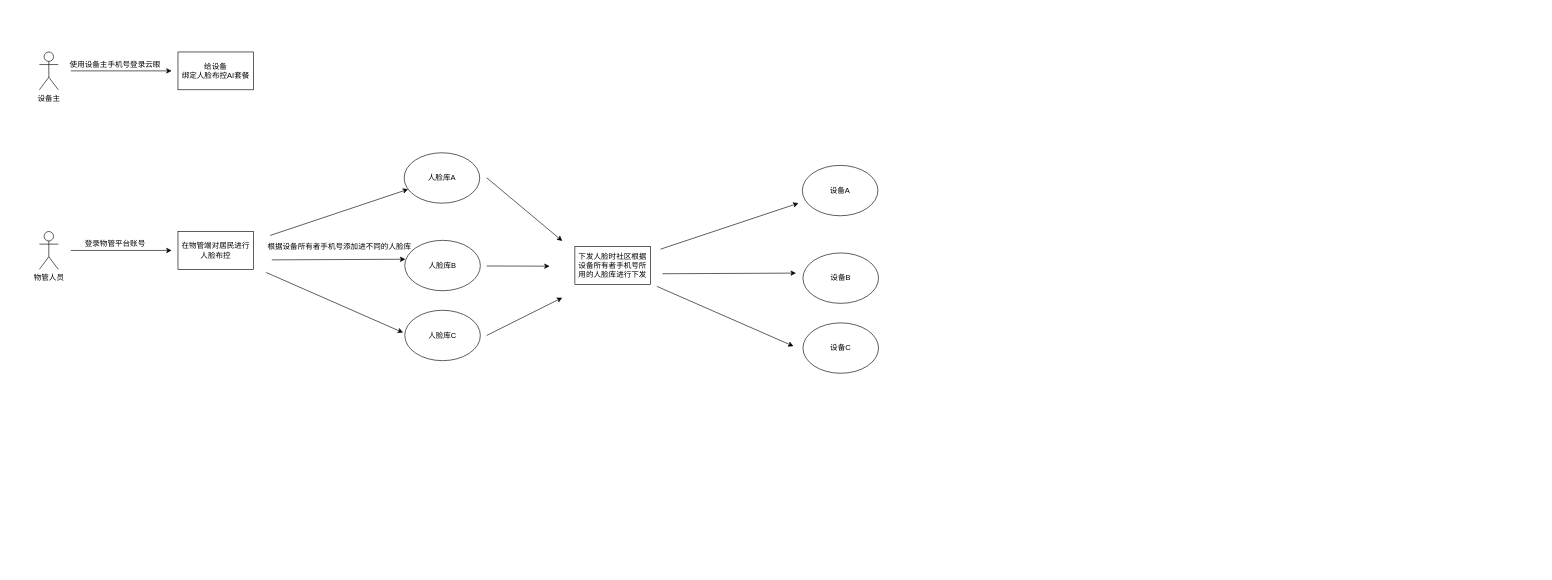
Above: 人脸布控流程.drawio in HughRudolf/Drawio (draw.io), before the change. Source tidied: cells renumbered, new cells numbered last; positions are measured from the earlier drawing's top-left corner, leaving out a move shared by most shapes. Both pictures are drawn from the tidied source at 63%, with x=0, y=0 at pixel (39, 52).
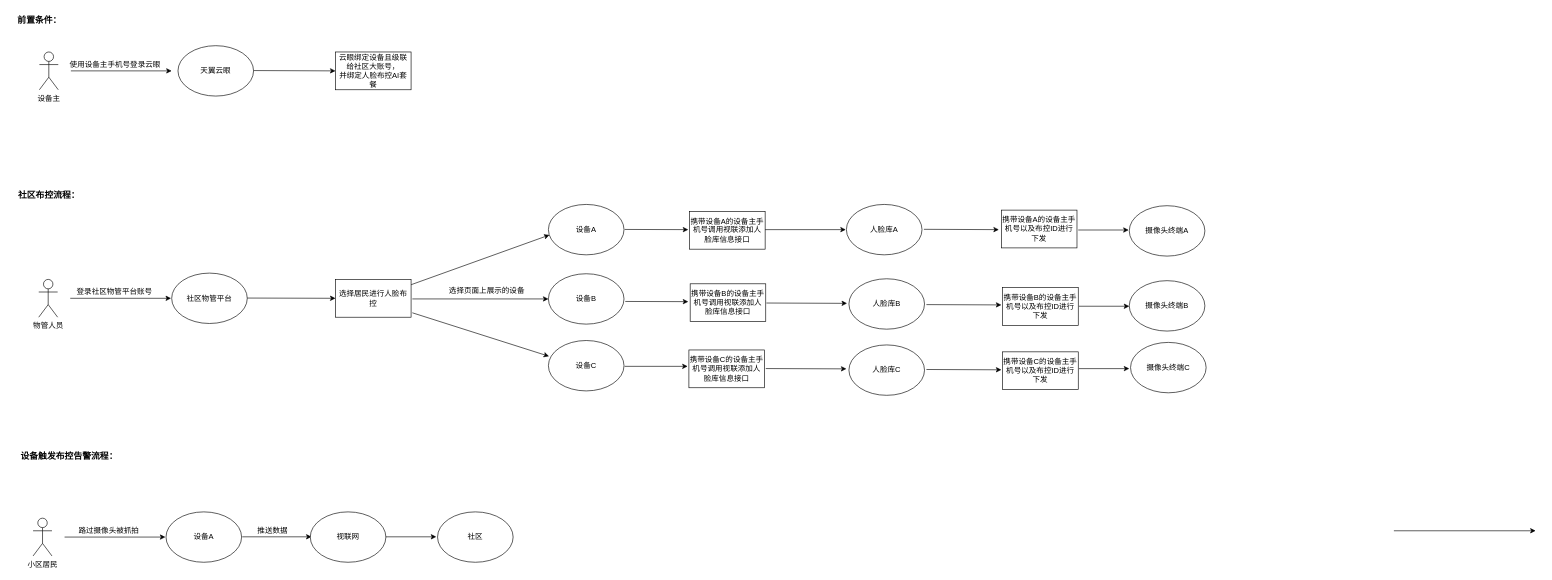
After the change.

Commit message:
更新人脸布控流程.drawio

Diff of the diagram source:
```diff
@@
     <mxCell id="5" value="物管人员" style="shape=umlActor;verticalLabelPosition=bottom;verticalAlign=top;html=1;" parent="1" vertex="1">
-      <mxGeometry y="285" width="30" height="60" as="geometry" />
+      <mxGeometry x="-1" y="361" width="30" height="60" as="geometry" />
     </mxCell>
     <mxCell id="6" style="endArrow=classic;html=1;rounded=0;" parent="1" edge="1">
       <mxGeometry relative="1" as="geometry">
-        <mxPoint x="50" y="315" as="sourcePoint" />
-        <mxPoint x="210" y="315" as="targetPoint" />
+        <mxPoint x="49" y="391" as="sourcePoint" />
+        <mxPoint x="209" y="391" as="targetPoint" />
       </mxGeometry>
     </mxCell>
-    <mxCell id="7" value="登录物管平台账号" style="text;html=1;align=center;verticalAlign=middle;strokeColor=none;fillColor=none;" parent="1" vertex="1">
-      <mxGeometry x="60" y="290" width="120" height="30" as="geometry" />
+    <mxCell id="7" value="登录社区物管平台账号" style="text;html=1;align=center;verticalAlign=middle;strokeColor=none;fillColor=none;" parent="1" vertex="1">
+      <mxGeometry x="49" y="366" width="140" height="30" as="geometry" />
     </mxCell>
-    <mxCell id="8" value="人脸库A" style="ellipse;whiteSpace=wrap;html=1;" parent="1" vertex="1">
-      <mxGeometry x="579" y="160" width="120" height="80" as="geometry" />
+    <mxCell id="8" value="设备A" style="ellipse;whiteSpace=wrap;html=1;" parent="1" vertex="1">
+      <mxGeometry x="808" y="242" width="120" height="80" as="geometry" />
     </mxCell>
-    <mxCell id="9" style="endArrow=classic;html=1;rounded=0;exitX=0.061;exitY=-0.124;exitDx=0;exitDy=0;exitPerimeter=0;" parent="1" edge="1" source="14" target="8">
+    <mxCell id="9" style="endArrow=classic;html=1;rounded=0;entryX=0.014;entryY=0.606;entryDx=0;entryDy=0;entryPerimeter=0;" parent="1" edge="1" source="16" target="8">
       <mxGeometry relative="1" as="geometry" />
     </mxCell>
-    <mxCell id="10" style="endArrow=classic;html=1;rounded=0;entryX=0.008;entryY=0.375;entryDx=0;entryDy=0;entryPerimeter=0;" parent="1" edge="1" target="11">
+    <mxCell id="10" style="endArrow=classic;html=1;rounded=0;entryX=0;entryY=0.5;entryDx=0;entryDy=0;" parent="1" edge="1" target="11">
       <mxGeometry relative="1" as="geometry">
-        <mxPoint x="369" y="330" as="sourcePoint" />
+        <mxPoint x="592" y="392" as="sourcePoint" />
       </mxGeometry>
     </mxCell>
-    <mxCell id="11" value="人脸库B" style="ellipse;whiteSpace=wrap;html=1;" parent="1" vertex="1">
-      <mxGeometry x="580" y="299" width="120" height="80" as="geometry" />
+    <mxCell id="11" value="设备B" style="ellipse;whiteSpace=wrap;html=1;" parent="1" vertex="1">
+      <mxGeometry x="808" y="352" width="120" height="80" as="geometry" />
     </mxCell>
-    <mxCell id="12" style="endArrow=classic;html=1;rounded=0;entryX=-0.022;entryY=0.443;entryDx=0;entryDy=0;entryPerimeter=0;" parent="1" edge="1" target="13">
+    <mxCell id="12" style="endArrow=classic;html=1;rounded=0;entryX=0.008;entryY=0.313;entryDx=0;entryDy=0;entryPerimeter=0;" parent="1" edge="1" target="13">
       <mxGeometry relative="1" as="geometry">
-        <mxPoint x="360" y="350" as="sourcePoint" />
+        <mxPoint x="592" y="414" as="sourcePoint" />
       </mxGeometry>
     </mxCell>
-    <mxCell id="13" value="人脸库C" style="ellipse;whiteSpace=wrap;html=1;" parent="1" vertex="1">
-      <mxGeometry x="580" y="410" width="120" height="80" as="geometry" />
+    <mxCell id="13" value="设备C" style="ellipse;whiteSpace=wrap;html=1;" parent="1" vertex="1">
+      <mxGeometry x="808" y="458" width="120" height="80" as="geometry" />
     </mxCell>
-    <mxCell id="14" value="根据设备所有者手机号添加进不同的人脸库" style="text;html=1;align=center;verticalAlign=middle;points=[];strokeColor=none;fillColor=none;" parent="1" vertex="1">
-      <mxGeometry x="351" y="295" width="250" height="30" as="geometry" />
-    </mxCell>
     <mxCell id="15" style="endArrow=classic;html=1;rounded=0;" parent="1" edge="1">
       <mxGeometry relative="1" as="geometry">
-        <mxPoint x="710" y="199.7" as="sourcePoint" />
-        <mxPoint x="830" y="300" as="targetPoint" />
+        <mxPoint x="929" y="281.7" as="sourcePoint" />
+        <mxPoint x="1030" y="282" as="targetPoint" />
       </mxGeometry>
     </mxCell>
-    <mxCell id="16" value="在物管端对居民进行人脸布控" style="rounded=0;whiteSpace=wrap;html=1;" parent="1" vertex="1">
-      <mxGeometry x="220" y="285" width="120" height="60" as="geometry" />
+    <mxCell id="16" value="选择居民进行人脸布控" style="rounded=0;whiteSpace=wrap;html=1;" parent="1" vertex="1">
+      <mxGeometry x="470" y="361" width="120" height="60" as="geometry" />
     </mxCell>
-    <mxCell id="17" value="给设备&lt;br style=&quot;border-color: var(--border-color);&quot;&gt;绑定人脸布控AI套餐" style="rounded=0;whiteSpace=wrap;html=1;" parent="1" vertex="1">
-      <mxGeometry x="220" width="120" height="60" as="geometry" />
+    <mxCell id="17" value="云眼绑定设备且级联给社区大账号，&lt;br style=&quot;border-color: var(--border-color);&quot;&gt;并绑定人脸布控AI套餐" style="rounded=0;whiteSpace=wrap;html=1;" parent="1" vertex="1">
+      <mxGeometry x="470" width="120" height="60" as="geometry" />
     </mxCell>
     <mxCell id="18" style="endArrow=classic;html=1;rounded=0;" parent="1" edge="1">
       <mxGeometry relative="1" as="geometry">
-        <mxPoint x="710" y="339.7" as="sourcePoint" />
-        <mxPoint x="810" y="340" as="targetPoint" />
+        <mxPoint x="930" y="396" as="sourcePoint" />
+        <mxPoint x="1030" y="396.3" as="targetPoint" />
       </mxGeometry>
     </mxCell>
     <mxCell id="19" style="endArrow=classic;html=1;rounded=0;" parent="1" edge="1">
       <mxGeometry relative="1" as="geometry">
-        <mxPoint x="710" y="450" as="sourcePoint" />
-        <mxPoint x="830" y="390" as="targetPoint" />
+        <mxPoint x="929" y="499" as="sourcePoint" />
+        <mxPoint x="1029" y="499" as="targetPoint" />
       </mxGeometry>
     </mxCell>
-    <mxCell id="20" value="下发人脸时社区根据设备所有者手机号所用的人脸库进行下发" style="rounded=0;whiteSpace=wrap;html=1;" parent="1" vertex="1">
-      <mxGeometry x="850" y="309" width="120" height="60" as="geometry" />
+    <mxCell id="20" value="携带设备A的设备主手机号调用视联添加人脸库信息接口" style="rounded=0;whiteSpace=wrap;html=1;" parent="1" vertex="1">
+      <mxGeometry x="1032" y="253" width="120" height="60" as="geometry" />
     </mxCell>
-    <mxCell id="21" style="endArrow=classic;html=1;rounded=0;exitX=0.061;exitY=-0.124;exitDx=0;exitDy=0;exitPerimeter=0;" parent="1" edge="1">
+    <mxCell id="21" style="endArrow=classic;html=1;rounded=0;" parent="1" edge="1">
       <mxGeometry relative="1" as="geometry">
-        <mxPoint x="986" y="313" as="sourcePoint" />
-        <mxPoint x="1205" y="240" as="targetPoint" />
+        <mxPoint x="2150" y="760" as="sourcePoint" />
+        <mxPoint x="2375" y="760" as="targetPoint" />
       </mxGeometry>
     </mxCell>
-    <mxCell id="22" style="endArrow=classic;html=1;rounded=0;entryX=0.008;entryY=0.375;entryDx=0;entryDy=0;entryPerimeter=0;" parent="1" edge="1">
+    <mxCell id="22" style="endArrow=classic;html=1;rounded=0;exitX=1;exitY=0.5;exitDx=0;exitDy=0;" parent="1" edge="1">
       <mxGeometry relative="1" as="geometry">
-        <mxPoint x="989" y="352" as="sourcePoint" />
-        <mxPoint x="1201" y="351" as="targetPoint" />
+        <mxPoint x="1152" y="282" as="sourcePoint" />
+        <mxPoint x="1280" y="282" as="targetPoint" />
       </mxGeometry>
     </mxCell>
-    <mxCell id="23" style="endArrow=classic;html=1;rounded=0;entryX=-0.022;entryY=0.443;entryDx=0;entryDy=0;entryPerimeter=0;" parent="1" edge="1">
+    <mxCell id="23" style="endArrow=classic;html=1;rounded=0;" parent="1" edge="1">
       <mxGeometry relative="1" as="geometry">
-        <mxPoint x="980" y="372" as="sourcePoint" />
-        <mxPoint x="1197" y="467" as="targetPoint" />
+        <mxPoint x="1154" y="398.5" as="sourcePoint" />
+        <mxPoint x="1282" y="399" as="targetPoint" />
       </mxGeometry>
     </mxCell>
-    <mxCell id="24" value="设备A" style="ellipse;whiteSpace=wrap;html=1;" parent="1" vertex="1">
-      <mxGeometry x="1211" y="180" width="120" height="80" as="geometry" />
+    <mxCell id="24" value="人脸库A" style="ellipse;whiteSpace=wrap;html=1;" parent="1" vertex="1">
+      <mxGeometry x="1281" y="242" width="120" height="80" as="geometry" />
     </mxCell>
-    <mxCell id="25" value="设备B" style="ellipse;whiteSpace=wrap;html=1;" parent="1" vertex="1">
-      <mxGeometry x="1212" y="319" width="120" height="80" as="geometry" />
+    <mxCell id="25" value="人脸库B" style="ellipse;whiteSpace=wrap;html=1;" parent="1" vertex="1">
+      <mxGeometry x="1285" y="360" width="120" height="80" as="geometry" />
     </mxCell>
-    <mxCell id="26" value="设备C" style="ellipse;whiteSpace=wrap;html=1;" parent="1" vertex="1">
-      <mxGeometry x="1212" y="430" width="120" height="80" as="geometry" />
+    <mxCell id="26" value="人脸库C" style="ellipse;whiteSpace=wrap;html=1;" parent="1" vertex="1">
+      <mxGeometry x="1285" y="465" width="120" height="80" as="geometry" />
     </mxCell>
+    <mxCell id="27" value="&lt;font style=&quot;font-size: 14px;&quot;&gt;&lt;b&gt;前置条件：&lt;/b&gt;&lt;/font&gt;" style="text;html=1;align=center;verticalAlign=middle;strokeColor=none;fillColor=none;" parent="1" vertex="1">
+      <mxGeometry x="-45" y="-65" width="90" height="30" as="geometry" />
+    </mxCell>
+    <mxCell id="28" style="endArrow=classic;html=1;rounded=0;entryX=0;entryY=0.5;entryDx=0;entryDy=0;" parent="1" edge="1" target="17">
+      <mxGeometry relative="1" as="geometry">
+        <mxPoint x="340" y="29.5" as="sourcePoint" />
+      </mxGeometry>
+    </mxCell>
+    <mxCell id="29" value="天翼云眼" style="ellipse;whiteSpace=wrap;html=1;" parent="1" vertex="1">
+      <mxGeometry x="220" y="-10" width="120" height="80" as="geometry" />
+    </mxCell>
+    <mxCell id="30" value="&lt;font style=&quot;font-size: 14px;&quot;&gt;&lt;b&gt;社区布控流程：&lt;/b&gt;&lt;/font&gt;" style="text;html=1;align=center;verticalAlign=middle;strokeColor=none;fillColor=none;" parent="1" vertex="1">
+      <mxGeometry x="-45" y="212" width="120" height="30" as="geometry" />
+    </mxCell>
+    <mxCell id="31" value="携带设备B的设备主手机号调用视联添加人脸库信息接口" style="rounded=0;whiteSpace=wrap;html=1;" parent="1" vertex="1">
+      <mxGeometry x="1033" y="368" width="120" height="60" as="geometry" />
+    </mxCell>
+    <mxCell id="32" value="携带设备C的设备主手机号调用视联添加人脸库信息接口" style="rounded=0;whiteSpace=wrap;html=1;" parent="1" vertex="1">
+      <mxGeometry x="1031" y="473" width="120" height="60" as="geometry" />
+    </mxCell>
+    <mxCell id="33" style="endArrow=classic;html=1;rounded=0;" parent="1" edge="1">
+      <mxGeometry relative="1" as="geometry">
+        <mxPoint x="1153" y="502.5" as="sourcePoint" />
+        <mxPoint x="1281" y="503" as="targetPoint" />
+      </mxGeometry>
+    </mxCell>
+    <mxCell id="34" style="endArrow=classic;html=1;rounded=0;" parent="1" edge="1">
+      <mxGeometry relative="1" as="geometry">
+        <mxPoint x="1404" y="281.5" as="sourcePoint" />
+        <mxPoint x="1523" y="282" as="targetPoint" />
+      </mxGeometry>
+    </mxCell>
+    <mxCell id="35" style="endArrow=classic;html=1;rounded=0;" parent="1" edge="1">
+      <mxGeometry relative="1" as="geometry">
+        <mxPoint x="1408" y="504" as="sourcePoint" />
+        <mxPoint x="1527" y="504.5" as="targetPoint" />
+      </mxGeometry>
+    </mxCell>
+    <mxCell id="36" style="endArrow=classic;html=1;rounded=0;" parent="1" edge="1">
+      <mxGeometry relative="1" as="geometry">
+        <mxPoint x="1408" y="401" as="sourcePoint" />
+        <mxPoint x="1527" y="401.5" as="targetPoint" />
+      </mxGeometry>
+    </mxCell>
+    <mxCell id="37" value="携带设备A的设备主手机号以及布控ID进行下发" style="rounded=0;whiteSpace=wrap;html=1;" parent="1" vertex="1">
+      <mxGeometry x="1527" y="251" width="120" height="60" as="geometry" />
+    </mxCell>
+    <mxCell id="38" value="携带设备B的设备主手机号以及布控ID进行下发" style="rounded=0;whiteSpace=wrap;html=1;" parent="1" vertex="1">
+      <mxGeometry x="1529" y="374" width="120" height="60" as="geometry" />
+    </mxCell>
+    <mxCell id="39" value="携带设备C的设备主手机号以及布控ID进行下发" style="rounded=0;whiteSpace=wrap;html=1;" parent="1" vertex="1">
+      <mxGeometry x="1529" y="476" width="120" height="60" as="geometry" />
+    </mxCell>
+    <mxCell id="40" value="选择页面上展示的设备" style="text;html=1;align=center;verticalAlign=middle;strokeColor=none;fillColor=none;" parent="1" vertex="1">
+      <mxGeometry x="640" y="364" width="140" height="30" as="geometry" />
+    </mxCell>
+    <mxCell id="41" value="社区物管平台" style="ellipse;whiteSpace=wrap;html=1;" parent="1" vertex="1">
+      <mxGeometry x="210" y="351" width="120" height="80" as="geometry" />
+    </mxCell>
+    <mxCell id="42" style="endArrow=classic;html=1;rounded=0;entryX=0;entryY=0.5;entryDx=0;entryDy=0;" parent="1" edge="1" target="16">
+      <mxGeometry relative="1" as="geometry">
+        <mxPoint x="330" y="390.6" as="sourcePoint" />
+      </mxGeometry>
+    </mxCell>
+    <mxCell id="43" value="小区居民" style="shape=umlActor;verticalLabelPosition=bottom;verticalAlign=top;html=1;" parent="1" vertex="1">
+      <mxGeometry x="-10" y="740" width="30" height="60" as="geometry" />
+    </mxCell>
+    <mxCell id="44" style="endArrow=classic;html=1;rounded=0;" parent="1" edge="1">
+      <mxGeometry relative="1" as="geometry">
+        <mxPoint x="40" y="770" as="sourcePoint" />
+        <mxPoint x="200" y="770" as="targetPoint" />
+      </mxGeometry>
+    </mxCell>
+    <mxCell id="45" value="路过摄像头被抓拍" style="text;html=1;align=center;verticalAlign=middle;strokeColor=none;fillColor=none;" parent="1" vertex="1">
+      <mxGeometry x="50" y="745" width="120" height="30" as="geometry" />
+    </mxCell>
+    <mxCell id="46" value="设备A" style="ellipse;whiteSpace=wrap;html=1;" parent="1" vertex="1">
+      <mxGeometry x="201" y="730" width="120" height="80" as="geometry" />
+    </mxCell>
+    <mxCell id="47" style="endArrow=classic;html=1;rounded=0;" parent="1" edge="1">
+      <mxGeometry relative="1" as="geometry">
+        <mxPoint x="322" y="769.6" as="sourcePoint" />
+        <mxPoint x="432" y="769.6" as="targetPoint" />
+      </mxGeometry>
+    </mxCell>
+    <mxCell id="48" value="视联网" style="ellipse;whiteSpace=wrap;html=1;" parent="1" vertex="1">
+      <mxGeometry x="430" y="730" width="120" height="80" as="geometry" />
+    </mxCell>
+    <mxCell id="49" value="推送数据" style="text;html=1;align=center;verticalAlign=middle;strokeColor=none;fillColor=none;" parent="1" vertex="1">
+      <mxGeometry x="335" y="745" width="70" height="30" as="geometry" />
+    </mxCell>
+    <mxCell id="50" style="endArrow=classic;html=1;rounded=0;" parent="1" edge="1">
+      <mxGeometry relative="1" as="geometry">
+        <mxPoint x="550" y="769.6" as="sourcePoint" />
+        <mxPoint x="630" y="769.6" as="targetPoint" />
+      </mxGeometry>
+    </mxCell>
+    <mxCell id="51" value="社区" style="ellipse;whiteSpace=wrap;html=1;" parent="1" vertex="1">
+      <mxGeometry x="632" y="730" width="120" height="80" as="geometry" />
+    </mxCell>
+    <mxCell id="52" value="&lt;font style=&quot;font-size: 14px;&quot;&gt;&lt;b&gt;设备触发布控告警流程：&lt;/b&gt;&lt;/font&gt;" style="text;html=1;align=center;verticalAlign=middle;strokeColor=none;fillColor=none;" parent="1" vertex="1">
+      <mxGeometry x="-43" y="626" width="180" height="30" as="geometry" />
+    </mxCell>
+    <mxCell id="53" style="endArrow=classic;html=1;rounded=0;" parent="1" edge="1">
+      <mxGeometry relative="1" as="geometry">
+        <mxPoint x="1649" y="282.6" as="sourcePoint" />
+        <mxPoint x="1729" y="282.6" as="targetPoint" />
+      </mxGeometry>
+    </mxCell>
+    <mxCell id="54" value="摄像头终端A" style="ellipse;whiteSpace=wrap;html=1;" parent="1" vertex="1">
+      <mxGeometry x="1730" y="244" width="120" height="80" as="geometry" />
+    </mxCell>
+    <mxCell id="55" style="endArrow=classic;html=1;rounded=0;" parent="1" edge="1">
+      <mxGeometry relative="1" as="geometry">
+        <mxPoint x="1650" y="403.6" as="sourcePoint" />
+        <mxPoint x="1730" y="403.6" as="targetPoint" />
+      </mxGeometry>
+    </mxCell>
+    <mxCell id="56" value="摄像头终端B" style="ellipse;whiteSpace=wrap;html=1;" parent="1" vertex="1">
+      <mxGeometry x="1730" y="363" width="120" height="80" as="geometry" />
+    </mxCell>
+    <mxCell id="57" style="endArrow=classic;html=1;rounded=0;" parent="1" edge="1">
+      <mxGeometry relative="1" as="geometry">
+        <mxPoint x="1650" y="502.6" as="sourcePoint" />
+        <mxPoint x="1730" y="502.6" as="targetPoint" />
+      </mxGeometry>
+    </mxCell>
+    <mxCell id="58" value="摄像头终端C" style="ellipse;whiteSpace=wrap;html=1;" parent="1" vertex="1">
+      <mxGeometry x="1732" y="461" width="120" height="80" as="geometry" />
+    </mxCell>
```
